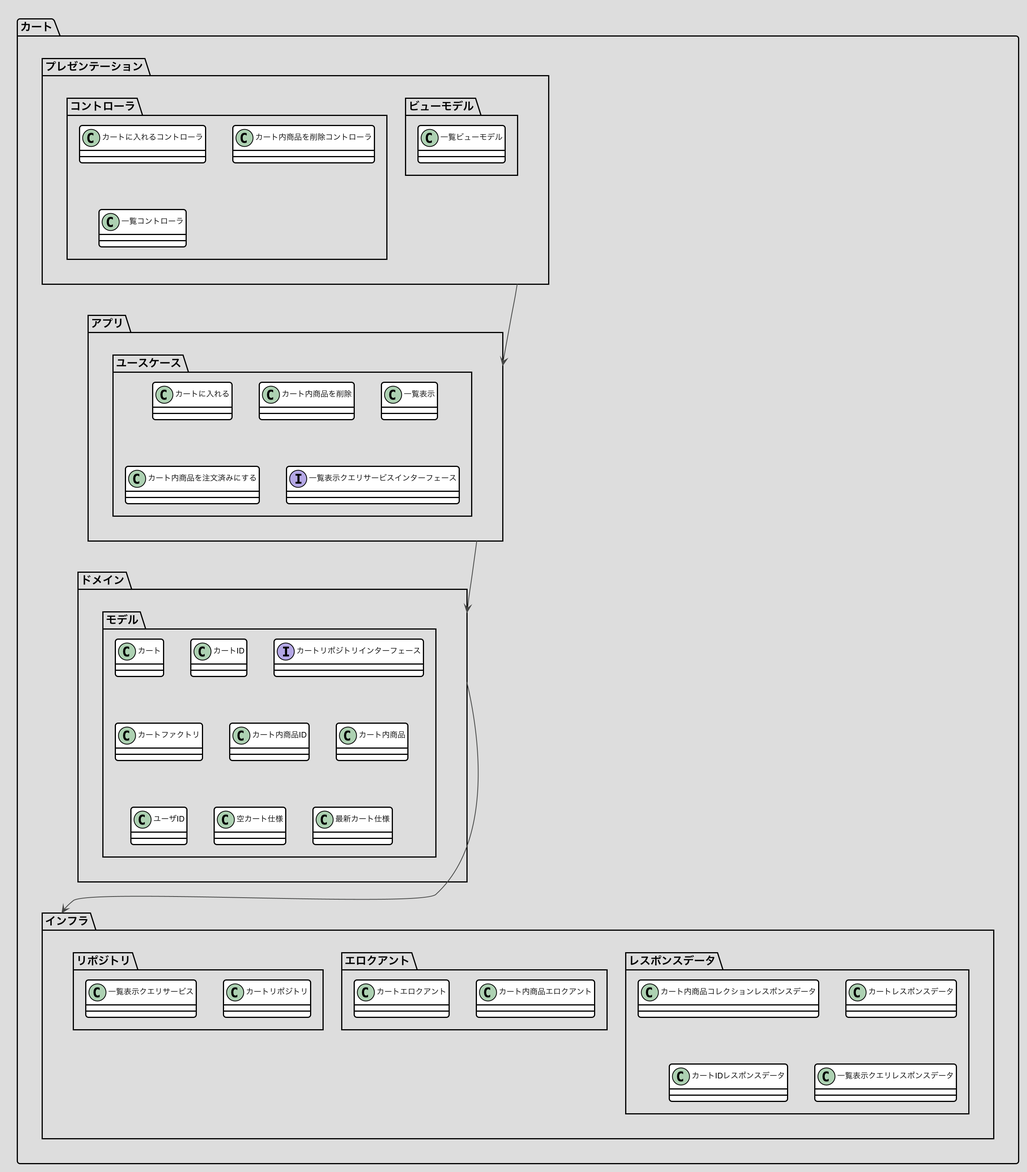
This is docs/画像/カート.png from nomura-kainos/japanese-ddd-sample, a PlantUML export, as it was before one commit.
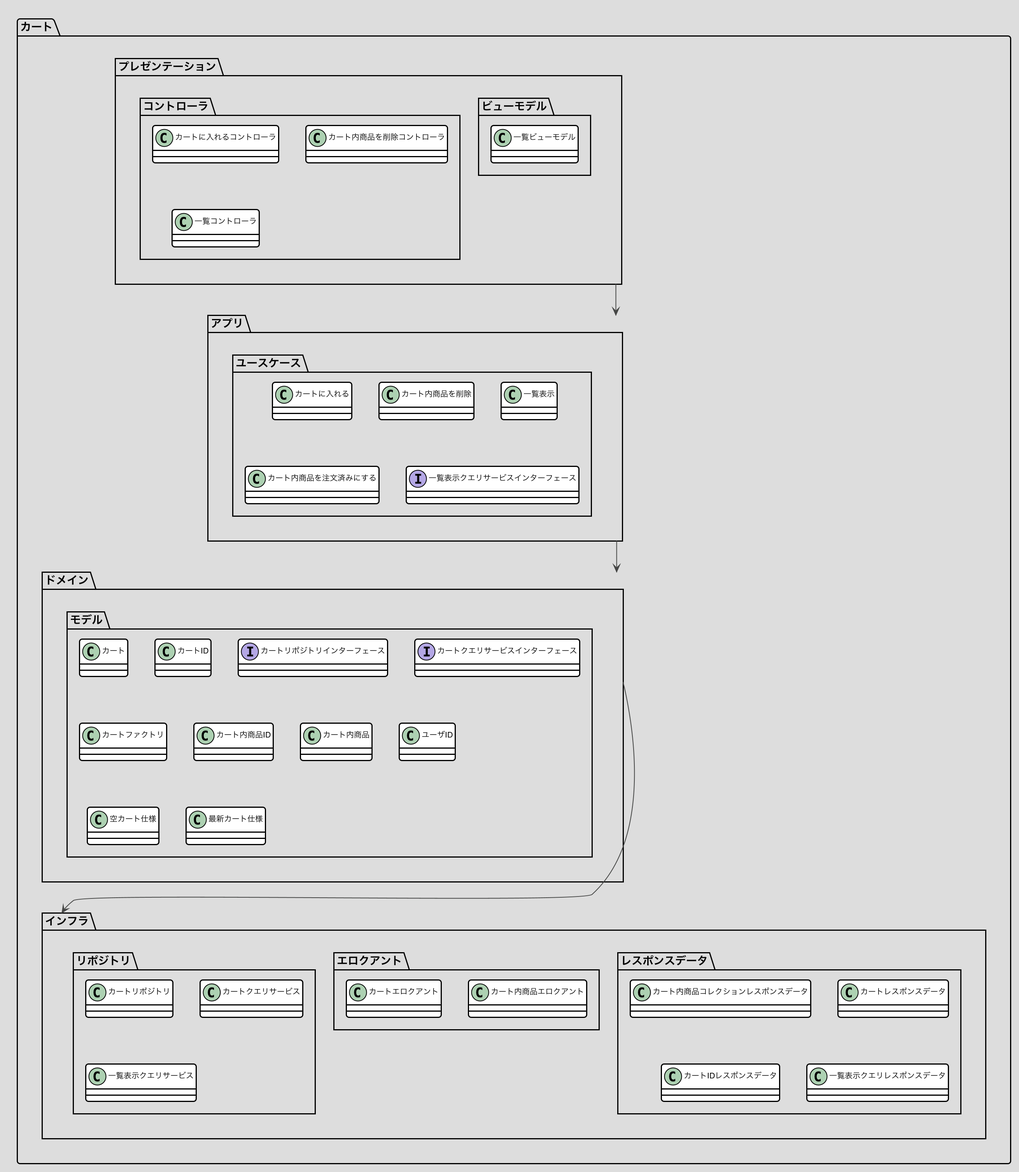
After the commit.

The edit, as a diff of the source:
```diff
@@ -79,6 +79,7 @@
    class カート
    class カートID
    interface カートリポジトリインターフェース
+   interface カートクエリサービスインターフェース
    class カートファクトリ
    class カート内商品ID
    class カート内商品
@@ -100,6 +101,7 @@
   }
   package リポジトリ {
    class カートリポジトリ
+   class カートクエリサービス
    class 一覧表示クエリサービス
   }
  }
```
